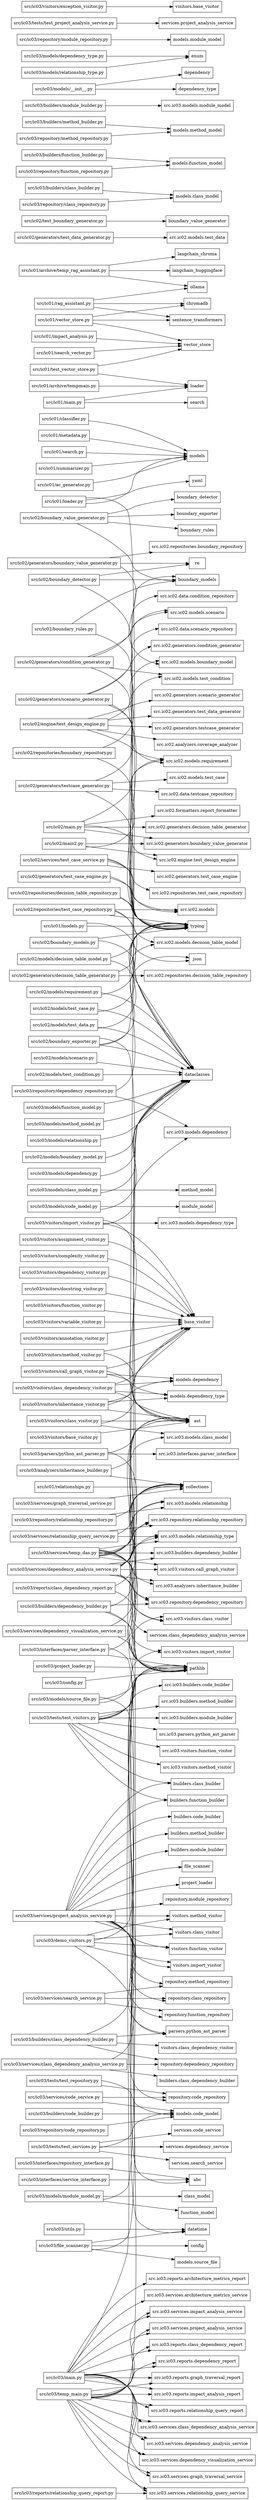
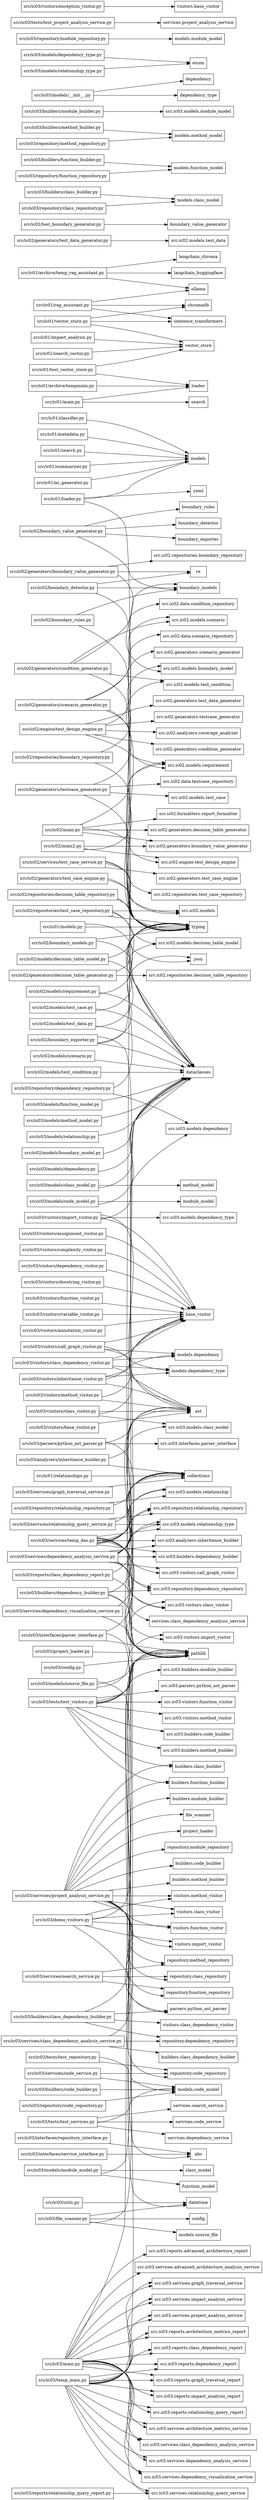
digraph "Module Dependency Graph" {
    rankdir=LR;
    node [shape=box];

    "src/ic01/ac_generator.py" -> "models";
    "src/ic01/archive/temp_rag_assistant.py" -> "langchain_chroma";
    "src/ic01/archive/temp_rag_assistant.py" -> "langchain_huggingface";
    "src/ic01/archive/temp_rag_assistant.py" -> "ollama";
    "src/ic01/archive/tempmain.py" -> "loader";
    "src/ic01/classifier.py" -> "models";
    "src/ic01/impact_analysis.py" -> "vector_store";
    "src/ic01/loader.py" -> "models";
    "src/ic01/loader.py" -> "pathlib";
    "src/ic01/loader.py" -> "yaml";
    "src/ic01/main.py" -> "loader";
    "src/ic01/main.py" -> "search";
    "src/ic01/metadata.py" -> "models";
    "src/ic01/models.py" -> "dataclasses";
    "src/ic01/models.py" -> "typing";
    "src/ic01/rag_assistant.py" -> "chromadb";
    "src/ic01/rag_assistant.py" -> "ollama";
    "src/ic01/rag_assistant.py" -> "sentence_transformers";
    "src/ic01/relationships.py" -> "collections";
    "src/ic01/search.py" -> "models";
    "src/ic01/search_vector.py" -> "vector_store";
    "src/ic01/summarizer.py" -> "models";
    "src/ic01/test_vector_store.py" -> "loader";
    "src/ic01/test_vector_store.py" -> "vector_store";
    "src/ic01/vector_store.py" -> "chromadb";
    "src/ic01/vector_store.py" -> "sentence_transformers";
    "src/ic01/vector_store.py" -> "vector_store";
    "src/ic02/boundary_detector.py" -> "boundary_models";
    "src/ic02/boundary_detector.py" -> "re";
    "src/ic02/boundary_detector.py" -> "typing";
    "src/ic02/boundary_exporter.py" -> "boundary_models";
    "src/ic02/boundary_exporter.py" -> "dataclasses";
    "src/ic02/boundary_exporter.py" -> "json";
    "src/ic02/boundary_exporter.py" -> "pathlib";
    "src/ic02/boundary_models.py" -> "dataclasses";
    "src/ic02/boundary_models.py" -> "typing";
    "src/ic02/boundary_rules.py" -> "boundary_models";
    "src/ic02/boundary_rules.py" -> "typing";
    "src/ic02/boundary_value_generator.py" -> "boundary_detector";
    "src/ic02/boundary_value_generator.py" -> "boundary_exporter";
    "src/ic02/boundary_value_generator.py" -> "boundary_models";
    "src/ic02/boundary_value_generator.py" -> "boundary_rules";
    "src/ic02/engine/test_design_engine.py" -> "src.ic02.analyzers.coverage_analyzer";
    "src/ic02/engine/test_design_engine.py" -> "src.ic02.generators.condition_generator";
    "src/ic02/engine/test_design_engine.py" -> "src.ic02.generators.scenario_generator";
    "src/ic02/engine/test_design_engine.py" -> "src.ic02.generators.test_data_generator";
    "src/ic02/engine/test_design_engine.py" -> "src.ic02.generators.testcase_generator";
    "src/ic02/engine/test_design_engine.py" -> "src.ic02.models.requirement";
    "src/ic02/generators/boundary_value_generator.py" -> "re";
    "src/ic02/generators/boundary_value_generator.py" -> "src.ic02.models.boundary_model";
    "src/ic02/generators/boundary_value_generator.py" -> "src.ic02.repositories.boundary_repository";
    "src/ic02/generators/condition_generator.py" -> "src.ic02.data.condition_repository";
    "src/ic02/generators/condition_generator.py" -> "src.ic02.models.scenario";
    "src/ic02/generators/condition_generator.py" -> "src.ic02.models.test_condition";
    "src/ic02/generators/condition_generator.py" -> "typing";
    "src/ic02/generators/decision_table_generator.py" -> "src.ic02.models.decision_table_model";
    "src/ic02/generators/decision_table_generator.py" -> "src.ic02.repositories.decision_table_repository";
    "src/ic02/generators/scenario_generator.py" -> "src.ic02.data.scenario_repository";
    "src/ic02/generators/scenario_generator.py" -> "src.ic02.models.requirement";
    "src/ic02/generators/scenario_generator.py" -> "src.ic02.models.scenario";
    "src/ic02/generators/scenario_generator.py" -> "typing";
    "src/ic02/generators/test_case_engine.py" -> "src.ic02.models";
    "src/ic02/generators/test_case_engine.py" -> "typing";
    "src/ic02/generators/test_data_generator.py" -> "src.ic02.models.test_data";
    "src/ic02/generators/testcase_generator.py" -> "src.ic02.data.testcase_repository";
    "src/ic02/generators/testcase_generator.py" -> "src.ic02.models.test_case";
    "src/ic02/generators/testcase_generator.py" -> "src.ic02.models.test_condition";
    "src/ic02/generators/testcase_generator.py" -> "typing";
    "src/ic02/main.py" -> "src.ic02.engine.test_design_engine";
    "src/ic02/main.py" -> "src.ic02.formatters.report_formatter";
    "src/ic02/main.py" -> "src.ic02.generators.boundary_value_generator";
    "src/ic02/main.py" -> "src.ic02.generators.decision_table_generator";
    "src/ic02/main.py" -> "src.ic02.models.requirement";
    "src/ic02/main2.py" -> "src.ic02.engine.test_design_engine";
    "src/ic02/main2.py" -> "src.ic02.generators.boundary_value_generator";
    "src/ic02/main2.py" -> "src.ic02.models.requirement";
    "src/ic02/models/boundary_model.py" -> "dataclasses";
    "src/ic02/models/decision_table_model.py" -> "dataclasses";
    "src/ic02/models/decision_table_model.py" -> "typing";
    "src/ic02/models/requirement.py" -> "dataclasses";
    "src/ic02/models/requirement.py" -> "typing";
    "src/ic02/models/scenario.py" -> "dataclasses";
    "src/ic02/models/test_case.py" -> "dataclasses";
    "src/ic02/models/test_case.py" -> "typing";
    "src/ic02/models/test_condition.py" -> "dataclasses";
    "src/ic02/models/test_data.py" -> "dataclasses";
    "src/ic02/models/test_data.py" -> "typing";
    "src/ic02/repositories/boundary_repository.py" -> "src.ic02.models.boundary_model";
    "src/ic02/repositories/boundary_repository.py" -> "typing";
    "src/ic02/repositories/decision_table_repository.py" -> "src.ic02.models.decision_table_model";
    "src/ic02/repositories/decision_table_repository.py" -> "typing";
    "src/ic02/repositories/test_case_repository.py" -> "dataclasses";
    "src/ic02/repositories/test_case_repository.py" -> "json";
    "src/ic02/repositories/test_case_repository.py" -> "src.ic02.models";
    "src/ic02/repositories/test_case_repository.py" -> "typing";
    "src/ic02/services/test_case_service.py" -> "src.ic02.generators.test_case_engine";
    "src/ic02/services/test_case_service.py" -> "src.ic02.models";
    "src/ic02/services/test_case_service.py" -> "src.ic02.repositories.test_case_repository";
    "src/ic02/services/test_case_service.py" -> "typing";
    "src/ic02/test_boundary_generator.py" -> "boundary_value_generator";
    "src/ic03/analyzers/inheritance_builder.py" -> "collections";
    "src/ic03/analyzers/inheritance_builder.py" -> "src.ic03.models.class_model";
    "src/ic03/builders/class_builder.py" -> "models.class_model";
    "src/ic03/builders/class_dependency_builder.py" -> "parsers.python_ast_parser";
    "src/ic03/builders/class_dependency_builder.py" -> "pathlib";
    "src/ic03/builders/class_dependency_builder.py" -> "repository.dependency_repository";
    "src/ic03/builders/class_dependency_builder.py" -> "visitors.class_dependency_visitor";
    "src/ic03/builders/code_builder.py" -> "models.code_model";
    "src/ic03/builders/dependency_builder.py" -> "ast";
    "src/ic03/builders/dependency_builder.py" -> "pathlib";
    "src/ic03/builders/dependency_builder.py" -> "src.ic03.repository.dependency_repository";
    "src/ic03/builders/dependency_builder.py" -> "src.ic03.visitors.import_visitor";
    "src/ic03/builders/function_builder.py" -> "models.function_model";
    "src/ic03/builders/method_builder.py" -> "models.method_model";
    "src/ic03/builders/module_builder.py" -> "src.ic03.models.module_model";
    "src/ic03/config.py" -> "pathlib";
    "src/ic03/demo_visitors.py" -> "parsers.python_ast_parser";
    "src/ic03/demo_visitors.py" -> "pathlib";
    "src/ic03/demo_visitors.py" -> "visitors.class_visitor";
    "src/ic03/demo_visitors.py" -> "visitors.function_visitor";
    "src/ic03/demo_visitors.py" -> "visitors.import_visitor";
    "src/ic03/demo_visitors.py" -> "visitors.method_visitor";
    "src/ic03/file_scanner.py" -> "config";
    "src/ic03/file_scanner.py" -> "datetime";
    "src/ic03/file_scanner.py" -> "models.source_file";
    "src/ic03/file_scanner.py" -> "pathlib";
    "src/ic03/interfaces/parser_interface.py" -> "abc";
    "src/ic03/interfaces/parser_interface.py" -> "ast";
    "src/ic03/interfaces/parser_interface.py" -> "pathlib";
    "src/ic03/interfaces/repository_interface.py" -> "abc";
    "src/ic03/interfaces/service_interface.py" -> "abc";
    "src/ic03/main.py" -> "pathlib";
+     "src/ic03/main.py" -> "src.ic03.reports.advanced_architecture_report";
    "src/ic03/main.py" -> "src.ic03.reports.architecture_metrics_report";
    "src/ic03/main.py" -> "src.ic03.reports.class_dependency_report";
    "src/ic03/main.py" -> "src.ic03.reports.dependency_report";
    "src/ic03/main.py" -> "src.ic03.reports.graph_traversal_report";
    "src/ic03/main.py" -> "src.ic03.reports.impact_analysis_report";
    "src/ic03/main.py" -> "src.ic03.reports.relationship_query_report";
+     "src/ic03/main.py" -> "src.ic03.services.advanced_architecture_analysis_service";
    "src/ic03/main.py" -> "src.ic03.services.architecture_metrics_service";
    "src/ic03/main.py" -> "src.ic03.services.class_dependency_analysis_service";
    "src/ic03/main.py" -> "src.ic03.services.dependency_analysis_service";
    "src/ic03/main.py" -> "src.ic03.services.dependency_visualization_service";
    "src/ic03/main.py" -> "src.ic03.services.graph_traversal_service";
    "src/ic03/main.py" -> "src.ic03.services.impact_analysis_service";
    "src/ic03/main.py" -> "src.ic03.services.project_analysis_service";
    "src/ic03/main.py" -> "src.ic03.services.relationship_query_service";
    "src/ic03/models/__init__.py" -> "dependency";
    "src/ic03/models/__init__.py" -> "dependency_type";
    "src/ic03/models/class_model.py" -> "dataclasses";
    "src/ic03/models/class_model.py" -> "method_model";
    "src/ic03/models/code_model.py" -> "dataclasses";
    "src/ic03/models/code_model.py" -> "module_model";
    "src/ic03/models/dependency.py" -> "dataclasses";
    "src/ic03/models/dependency_type.py" -> "enum";
    "src/ic03/models/function_model.py" -> "dataclasses";
    "src/ic03/models/method_model.py" -> "dataclasses";
    "src/ic03/models/module_model.py" -> "class_model";
    "src/ic03/models/module_model.py" -> "dataclasses";
    "src/ic03/models/module_model.py" -> "function_model";
    "src/ic03/models/relationship.py" -> "dataclasses";
    "src/ic03/models/relationship_type.py" -> "enum";
    "src/ic03/models/source_file.py" -> "dataclasses";
    "src/ic03/models/source_file.py" -> "datetime";
    "src/ic03/models/source_file.py" -> "pathlib";
    "src/ic03/parsers/python_ast_parser.py" -> "ast";
    "src/ic03/parsers/python_ast_parser.py" -> "pathlib";
    "src/ic03/parsers/python_ast_parser.py" -> "src.ic03.interfaces.parser_interface";
    "src/ic03/project_loader.py" -> "pathlib";
    "src/ic03/reports/class_dependency_report.py" -> "collections";
    "src/ic03/reports/class_dependency_report.py" -> "services.class_dependency_analysis_service";
    "src/ic03/reports/relationship_query_report.py" -> "src.ic03.services.relationship_query_service";
    "src/ic03/repository/class_repository.py" -> "models.class_model";
    "src/ic03/repository/code_repository.py" -> "models.code_model";
    "src/ic03/repository/dependency_repository.py" -> "src.ic03.models.dependency";
    "src/ic03/repository/dependency_repository.py" -> "typing";
    "src/ic03/repository/function_repository.py" -> "models.function_model";
    "src/ic03/repository/method_repository.py" -> "models.method_model";
    "src/ic03/repository/module_repository.py" -> "models.module_model";
    "src/ic03/repository/relationship_repository.py" -> "collections";
    "src/ic03/repository/relationship_repository.py" -> "src.ic03.models.relationship";
    "src/ic03/services/class_dependency_analysis_service.py" -> "builders.class_dependency_builder";
    "src/ic03/services/class_dependency_analysis_service.py" -> "pathlib";
    "src/ic03/services/class_dependency_analysis_service.py" -> "repository.dependency_repository";
    "src/ic03/services/code_service.py" -> "models.code_model";
    "src/ic03/services/code_service.py" -> "repository.code_repository";
    "src/ic03/services/dependency_analysis_service.py" -> "ast";
    "src/ic03/services/dependency_analysis_service.py" -> "collections";
    "src/ic03/services/dependency_analysis_service.py" -> "pathlib";
    "src/ic03/services/dependency_analysis_service.py" -> "src.ic03.analyzers.inheritance_builder";
    "src/ic03/services/dependency_analysis_service.py" -> "src.ic03.builders.dependency_builder";
    "src/ic03/services/dependency_analysis_service.py" -> "src.ic03.models.relationship";
    "src/ic03/services/dependency_analysis_service.py" -> "src.ic03.models.relationship_type";
    "src/ic03/services/dependency_analysis_service.py" -> "src.ic03.repository.dependency_repository";
    "src/ic03/services/dependency_analysis_service.py" -> "src.ic03.repository.relationship_repository";
    "src/ic03/services/dependency_analysis_service.py" -> "src.ic03.visitors.call_graph_visitor";
    "src/ic03/services/dependency_analysis_service.py" -> "src.ic03.visitors.class_visitor";
    "src/ic03/services/dependency_visualization_service.py" -> "pathlib";
    "src/ic03/services/dependency_visualization_service.py" -> "src.ic03.models.relationship_type";
    "src/ic03/services/graph_traversal_service.py" -> "collections";
    "src/ic03/services/project_analysis_service.py" -> "builders.class_builder";
    "src/ic03/services/project_analysis_service.py" -> "builders.code_builder";
    "src/ic03/services/project_analysis_service.py" -> "builders.function_builder";
    "src/ic03/services/project_analysis_service.py" -> "builders.method_builder";
    "src/ic03/services/project_analysis_service.py" -> "builders.module_builder";
    "src/ic03/services/project_analysis_service.py" -> "file_scanner";
    "src/ic03/services/project_analysis_service.py" -> "parsers.python_ast_parser";
    "src/ic03/services/project_analysis_service.py" -> "project_loader";
    "src/ic03/services/project_analysis_service.py" -> "repository.class_repository";
    "src/ic03/services/project_analysis_service.py" -> "repository.code_repository";
    "src/ic03/services/project_analysis_service.py" -> "repository.function_repository";
    "src/ic03/services/project_analysis_service.py" -> "repository.method_repository";
    "src/ic03/services/project_analysis_service.py" -> "repository.module_repository";
    "src/ic03/services/project_analysis_service.py" -> "visitors.class_visitor";
    "src/ic03/services/project_analysis_service.py" -> "visitors.function_visitor";
    "src/ic03/services/project_analysis_service.py" -> "visitors.import_visitor";
    "src/ic03/services/project_analysis_service.py" -> "visitors.method_visitor";
    "src/ic03/services/relationship_query_service.py" -> "collections";
    "src/ic03/services/relationship_query_service.py" -> "src.ic03.models.relationship_type";
    "src/ic03/services/relationship_query_service.py" -> "src.ic03.repository.relationship_repository";
    "src/ic03/services/search_service.py" -> "repository.class_repository";
    "src/ic03/services/search_service.py" -> "repository.function_repository";
    "src/ic03/services/search_service.py" -> "repository.method_repository";
    "src/ic03/services/temp_das.py" -> "ast";
    "src/ic03/services/temp_das.py" -> "collections";
    "src/ic03/services/temp_das.py" -> "pathlib";
    "src/ic03/services/temp_das.py" -> "src.ic03.analyzers.inheritance_builder";
    "src/ic03/services/temp_das.py" -> "src.ic03.builders.dependency_builder";
    "src/ic03/services/temp_das.py" -> "src.ic03.models.relationship";
    "src/ic03/services/temp_das.py" -> "src.ic03.models.relationship_type";
    "src/ic03/services/temp_das.py" -> "src.ic03.repository.dependency_repository";
    "src/ic03/services/temp_das.py" -> "src.ic03.repository.relationship_repository";
    "src/ic03/services/temp_das.py" -> "src.ic03.visitors.call_graph_visitor";
    "src/ic03/services/temp_das.py" -> "src.ic03.visitors.class_visitor";
    "src/ic03/temp_main.py" -> "pathlib";
+     "src/ic03/temp_main.py" -> "src.ic03.reports.architecture_metrics_report";
    "src/ic03/temp_main.py" -> "src.ic03.reports.class_dependency_report";
    "src/ic03/temp_main.py" -> "src.ic03.reports.dependency_report";
    "src/ic03/temp_main.py" -> "src.ic03.reports.graph_traversal_report";
    "src/ic03/temp_main.py" -> "src.ic03.reports.impact_analysis_report";
    "src/ic03/temp_main.py" -> "src.ic03.reports.relationship_query_report";
+     "src/ic03/temp_main.py" -> "src.ic03.services.architecture_metrics_service";
    "src/ic03/temp_main.py" -> "src.ic03.services.class_dependency_analysis_service";
    "src/ic03/temp_main.py" -> "src.ic03.services.dependency_analysis_service";
    "src/ic03/temp_main.py" -> "src.ic03.services.dependency_visualization_service";
    "src/ic03/temp_main.py" -> "src.ic03.services.graph_traversal_service";
    "src/ic03/temp_main.py" -> "src.ic03.services.impact_analysis_service";
    "src/ic03/temp_main.py" -> "src.ic03.services.project_analysis_service";
    "src/ic03/temp_main.py" -> "src.ic03.services.relationship_query_service";
    "src/ic03/tests/test_project_analysis_service.py" -> "services.project_analysis_service";
    "src/ic03/tests/test_repository.py" -> "models.code_model";
    "src/ic03/tests/test_repository.py" -> "repository.code_repository";
    "src/ic03/tests/test_services.py" -> "models.code_model";
    "src/ic03/tests/test_services.py" -> "services.code_service";
    "src/ic03/tests/test_services.py" -> "services.dependency_service";
    "src/ic03/tests/test_services.py" -> "services.search_service";
    "src/ic03/tests/test_visitors.py" -> "builders.class_builder";
    "src/ic03/tests/test_visitors.py" -> "builders.function_builder";
    "src/ic03/tests/test_visitors.py" -> "pathlib";
    "src/ic03/tests/test_visitors.py" -> "src.ic03.builders.code_builder";
    "src/ic03/tests/test_visitors.py" -> "src.ic03.builders.method_builder";
    "src/ic03/tests/test_visitors.py" -> "src.ic03.builders.module_builder";
    "src/ic03/tests/test_visitors.py" -> "src.ic03.parsers.python_ast_parser";
    "src/ic03/tests/test_visitors.py" -> "src.ic03.visitors.class_visitor";
    "src/ic03/tests/test_visitors.py" -> "src.ic03.visitors.function_visitor";
    "src/ic03/tests/test_visitors.py" -> "src.ic03.visitors.import_visitor";
    "src/ic03/tests/test_visitors.py" -> "src.ic03.visitors.method_visitor";
    "src/ic03/utils.py" -> "datetime";
    "src/ic03/visitors/annotation_visitor.py" -> "base_visitor";
    "src/ic03/visitors/assignment_visitor.py" -> "base_visitor";
    "src/ic03/visitors/base_visitor.py" -> "ast";
    "src/ic03/visitors/call_graph_visitor.py" -> "ast";
    "src/ic03/visitors/call_graph_visitor.py" -> "base_visitor";
    "src/ic03/visitors/call_graph_visitor.py" -> "models.dependency";
    "src/ic03/visitors/call_graph_visitor.py" -> "models.dependency_type";
    "src/ic03/visitors/class_dependency_visitor.py" -> "ast";
    "src/ic03/visitors/class_dependency_visitor.py" -> "base_visitor";
    "src/ic03/visitors/class_dependency_visitor.py" -> "models.dependency";
    "src/ic03/visitors/class_dependency_visitor.py" -> "models.dependency_type";
    "src/ic03/visitors/class_visitor.py" -> "ast";
    "src/ic03/visitors/class_visitor.py" -> "base_visitor";
    "src/ic03/visitors/class_visitor.py" -> "src.ic03.models.class_model";
    "src/ic03/visitors/complexity_visitor.py" -> "base_visitor";
    "src/ic03/visitors/dependency_visitor.py" -> "base_visitor";
    "src/ic03/visitors/docstring_visitor.py" -> "base_visitor";
    "src/ic03/visitors/exception_visitor.py" -> "visitors.base_visitor";
    "src/ic03/visitors/function_visitor.py" -> "base_visitor";
    "src/ic03/visitors/import_visitor.py" -> "ast";
    "src/ic03/visitors/import_visitor.py" -> "base_visitor";
    "src/ic03/visitors/import_visitor.py" -> "src.ic03.models.dependency";
    "src/ic03/visitors/import_visitor.py" -> "src.ic03.models.dependency_type";
    "src/ic03/visitors/inheritance_visitor.py" -> "ast";
    "src/ic03/visitors/inheritance_visitor.py" -> "base_visitor";
    "src/ic03/visitors/inheritance_visitor.py" -> "models.dependency";
    "src/ic03/visitors/inheritance_visitor.py" -> "models.dependency_type";
    "src/ic03/visitors/method_visitor.py" -> "ast";
    "src/ic03/visitors/method_visitor.py" -> "base_visitor";
    "src/ic03/visitors/variable_visitor.py" -> "base_visitor";
}
